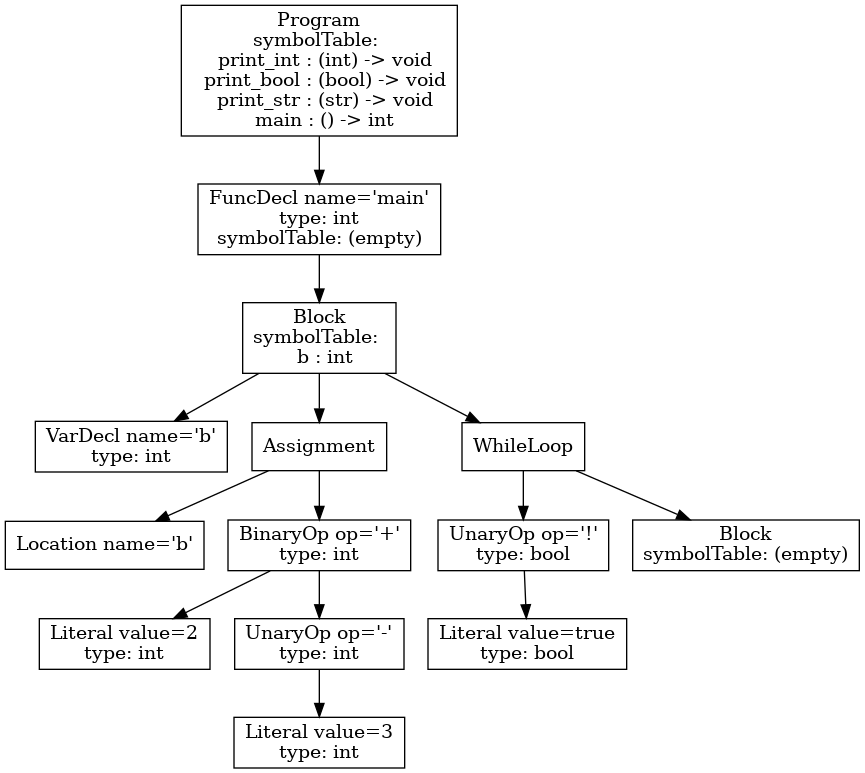
The Graphviz diagram ast.png in vtstew/p3-analysis, before a commit. Its source is kept beside it as ast.dot.
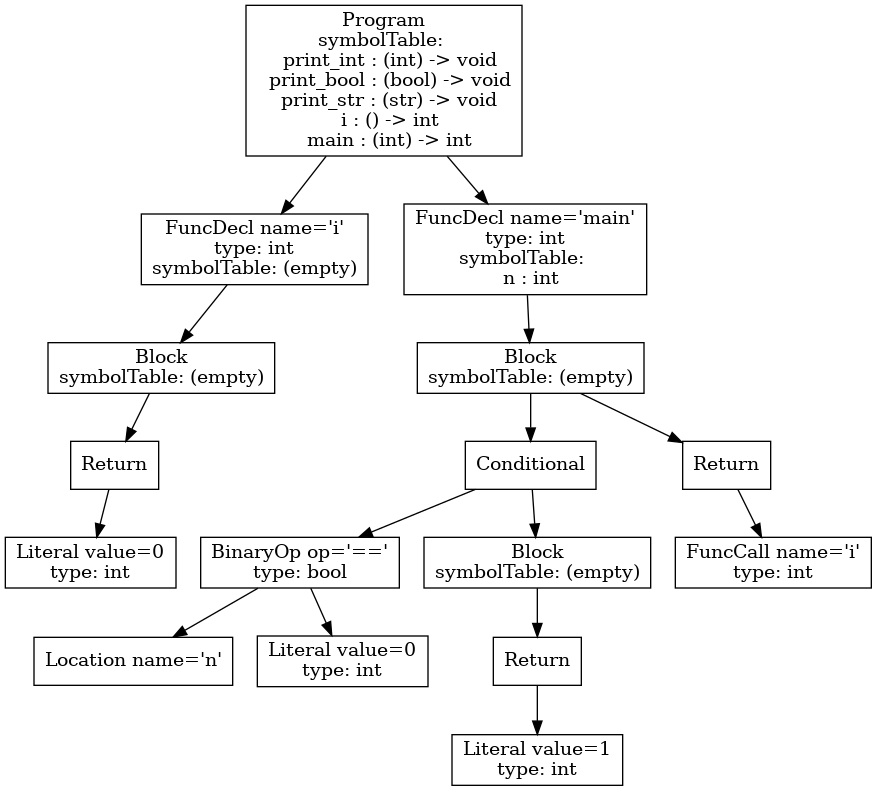
The same diagram one commit later.

Change to the diagram source:
```diff
@@ -1,29 +1,33 @@
 digraph AST {
-3 [shape=box, label="VarDecl name='b'\ntype: int"];
-5 [shape=box, label="Location name='b'"];
-7 [shape=box, label="Literal value=2\ntype: int"];
-9 [shape=box, label="Literal value=3\ntype: int"];
-8 [shape=box, label="UnaryOp op='-'\ntype: int"];
+4 [shape=box, label="Literal value=0\ntype: int"];
+3 [shape=box, label="Return"];
+3 -> 4;
+2 [shape=box, label="Block\nsymbolTable: (empty)"];
+2 -> 3;
+1 [shape=box, label="FuncDecl name='i'\ntype: int\nsymbolTable: (empty)"];
+1 -> 2;
+9 [shape=box, label="Location name='n'"];
+10 [shape=box, label="Literal value=0\ntype: int"];
+8 [shape=box, label="BinaryOp op='=='\ntype: bool"];
 8 -> 9;
-6 [shape=box, label="BinaryOp op='+'\ntype: int"];
+8 -> 10;
+13 [shape=box, label="Literal value=1\ntype: int"];
+12 [shape=box, label="Return"];
+12 -> 13;
+11 [shape=box, label="Block\nsymbolTable: (empty)"];
+11 -> 12;
+7 [shape=box, label="Conditional"];
+7 -> 8;
+7 -> 11;
+15 [shape=box, label="FuncCall name='i'\ntype: int"];
+14 [shape=box, label="Return"];
+14 -> 15;
+6 [shape=box, label="Block\nsymbolTable: (empty)"];
 6 -> 7;
-6 -> 8;
-4 [shape=box, label="Assignment"];
-4 -> 5;
-4 -> 6;
-12 [shape=box, label="Literal value=true\ntype: bool"];
-11 [shape=box, label="UnaryOp op='!'\ntype: bool"];
-11 -> 12;
-13 [shape=box, label="Block\nsymbolTable: (empty)"];
-10 [shape=box, label="WhileLoop"];
-10 -> 11;
-10 -> 13;
-2 [shape=box, label="Block\nsymbolTable: \n  b : int"];
-2 -> 3;
-2 -> 4;
-2 -> 10;
-1 [shape=box, label="FuncDecl name='main'\ntype: int\nsymbolTable: (empty)"];
-1 -> 2;
-0 [shape=box, label="Program\nsymbolTable: \n  print_int : (int) -> void\n  print_bool : (bool) -> void\n  print_str : (str) -> void\n  main : () -> int"];
+6 -> 14;
+5 [shape=box, label="FuncDecl name='main'\ntype: int\nsymbolTable: \n  n : int"];
+5 -> 6;
+0 [shape=box, label="Program\nsymbolTable: \n  print_int : (int) -> void\n  print_bool : (bool) -> void\n  print_str : (str) -> void\n  i : () -> int\n  main : (int) -> int"];
 0 -> 1;
+0 -> 5;
 }
```
